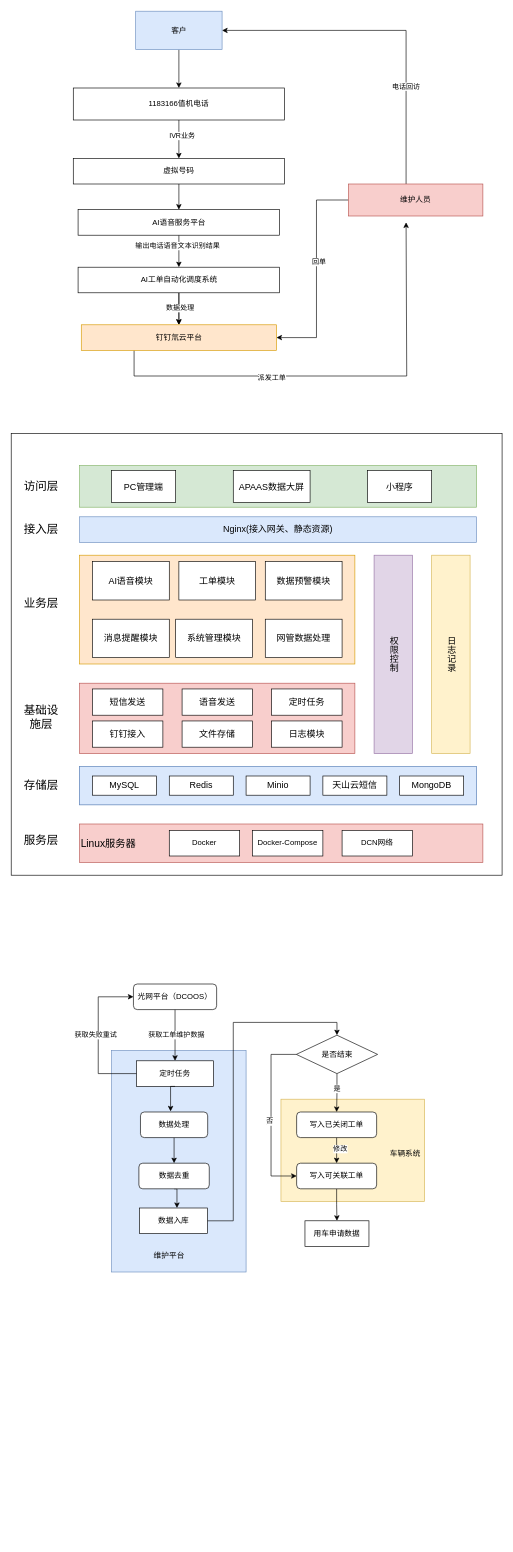
The draw.io diagram AI工单自动化调度系统.drawio in lvpv/atlas, before the edit. Source tidied: cells renumbered, new cells numbered last; positions are measured from the earlier drawing's top-left corner, leaving out a move shared by most shapes. Both pictures are drawn from the tidied source at 64%, with x=0, y=0 at pixel (11, 11).
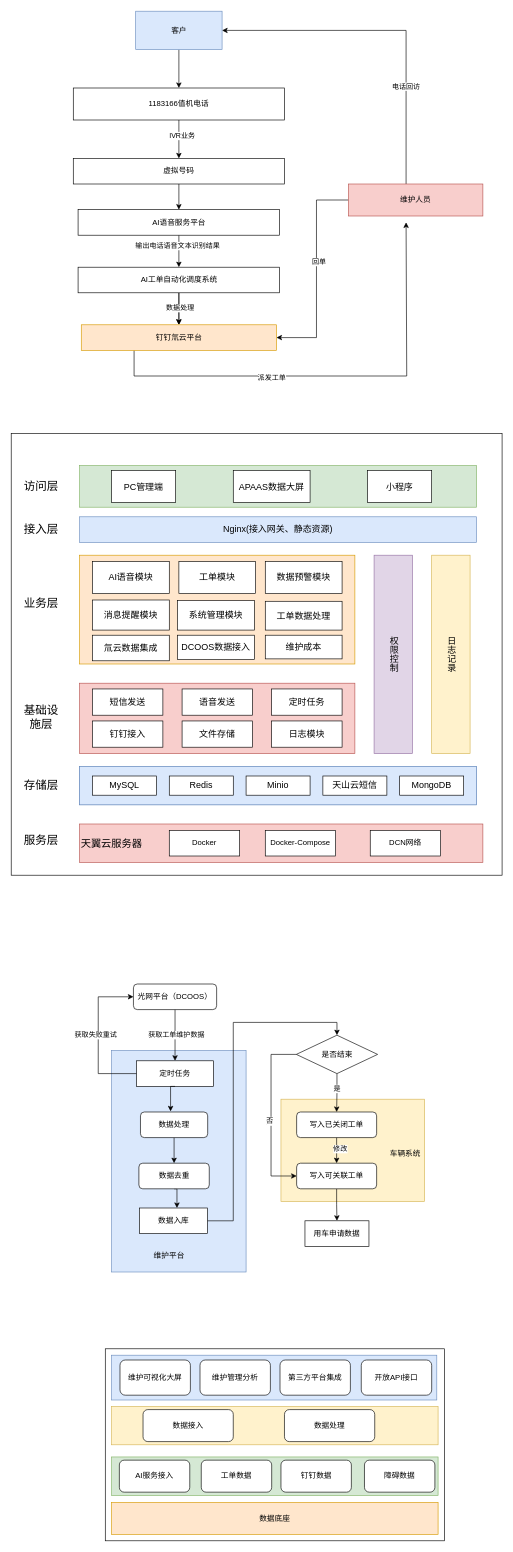
After the change.

Commit message:
更新AI工单自动化调度系统.drawio

The edit, as a diff of the source:
```diff
@@
+    <mxCell id="92" style="rounded=0;whiteSpace=wrap;html=1;" parent="1" vertex="1">
+      <mxGeometry x="147" y="2090" width="530" height="300" as="geometry" />
+    </mxCell>
@@
     <mxCell id="33" value="AI语音模块" style="rounded=0;whiteSpace=wrap;html=1;fontSize=14;" parent="1" vertex="1">
-      <mxGeometry x="127" y="860" width="120" height="60" as="geometry" />
+      <mxGeometry x="127" y="860" width="120" height="50" as="geometry" />
     </mxCell>
     <mxCell id="34" value="工单模块" style="rounded=0;whiteSpace=wrap;html=1;fontSize=14;" parent="1" vertex="1">
-      <mxGeometry x="262" y="860" width="120" height="60" as="geometry" />
+      <mxGeometry x="262" y="860" width="120" height="50" as="geometry" />
     </mxCell>
     <mxCell id="35" value="系统管理模块" style="rounded=0;whiteSpace=wrap;html=1;fontSize=14;" parent="1" vertex="1">
-      <mxGeometry x="257" y="950" width="120" height="60" as="geometry" />
+      <mxGeometry x="260" y="921" width="120" height="46" as="geometry" />
     </mxCell>
     <mxCell id="36" value="消息提醒模块" style="rounded=0;whiteSpace=wrap;html=1;fontSize=14;" parent="1" vertex="1">
-      <mxGeometry x="127" y="950" width="120" height="60" as="geometry" />
+      <mxGeometry x="127" y="920" width="120" height="47" as="geometry" />
     </mxCell>
@@
-    <mxCell id="58" value="Linux服务器" style="rounded=0;whiteSpace=wrap;html=1;fillColor=#f8cecc;strokeColor=#b85450;align=left;fontSize=16;" parent="1" vertex="1">
+    <mxCell id="58" value="天翼云服务器" style="rounded=0;whiteSpace=wrap;html=1;fillColor=#f8cecc;strokeColor=#b85450;align=left;fontSize=16;" parent="1" vertex="1">
       <mxGeometry x="107" y="1270" width="630" height="60" as="geometry" />
     </mxCell>
@@
     <mxCell id="61" value="Docker-Compose" style="rounded=0;whiteSpace=wrap;html=1;" parent="1" vertex="1">
-      <mxGeometry x="377" y="1280" width="110" height="40" as="geometry" />
+      <mxGeometry x="397" y="1280" width="110" height="40" as="geometry" />
     </mxCell>
     <mxCell id="62" value="DCN网络" style="rounded=0;whiteSpace=wrap;html=1;" parent="1" vertex="1">
-      <mxGeometry x="517" y="1280" width="110" height="40" as="geometry" />
+      <mxGeometry x="561" y="1280" width="110" height="40" as="geometry" />
     </mxCell>
     <mxCell id="63" value="数据预警模块" style="rounded=0;whiteSpace=wrap;html=1;fontSize=14;" parent="1" vertex="1">
-      <mxGeometry x="397" y="860" width="120" height="60" as="geometry" />
+      <mxGeometry x="397" y="860" width="120" height="50" as="geometry" />
     </mxCell>
-    <mxCell id="64" value="网管数据处理" style="rounded=0;whiteSpace=wrap;html=1;fontSize=14;" parent="1" vertex="1">
-      <mxGeometry x="397" y="950" width="120" height="60" as="geometry" />
+    <mxCell id="64" value="工单数据处理" style="rounded=0;whiteSpace=wrap;html=1;fontSize=14;" parent="1" vertex="1">
+      <mxGeometry x="397" y="922" width="120" height="45" as="geometry" />
     </mxCell>
@@
+    <mxCell id="93" style="rounded=0;whiteSpace=wrap;html=1;fillColor=#dae8fc;strokeColor=#6c8ebf;" parent="1" vertex="1">
+      <mxGeometry x="157" y="2100" width="508" height="70" as="geometry" />
+    </mxCell>
+    <mxCell id="94" style="rounded=0;whiteSpace=wrap;html=1;fillColor=#d5e8d4;strokeColor=#82b366;" parent="1" vertex="1">
+      <mxGeometry x="157" y="2259" width="510" height="60" as="geometry" />
+    </mxCell>
+    <mxCell id="95" style="rounded=0;whiteSpace=wrap;html=1;fillColor=#fff2cc;strokeColor=#d6b656;" parent="1" vertex="1">
+      <mxGeometry x="157" y="2180" width="510" height="60" as="geometry" />
+    </mxCell>
+    <mxCell id="96" value="维护可视化大屏" style="rounded=1;whiteSpace=wrap;html=1;" parent="1" vertex="1">
+      <mxGeometry x="170" y="2107.5" width="110" height="55" as="geometry" />
+    </mxCell>
+    <mxCell id="97" value="维护管理分析" style="rounded=1;whiteSpace=wrap;html=1;" parent="1" vertex="1">
+      <mxGeometry x="295" y="2107.5" width="110" height="55" as="geometry" />
+    </mxCell>
+    <mxCell id="98" value="第三方平台集成" style="rounded=1;whiteSpace=wrap;html=1;" parent="1" vertex="1">
+      <mxGeometry x="420" y="2107.5" width="110" height="55" as="geometry" />
+    </mxCell>
+    <mxCell id="99" value="开放API接口" style="rounded=1;whiteSpace=wrap;html=1;" parent="1" vertex="1">
+      <mxGeometry x="547" y="2107.5" width="110" height="55" as="geometry" />
+    </mxCell>
+    <mxCell id="100" value="氚云数据集成" style="rounded=0;whiteSpace=wrap;html=1;fontSize=14;" parent="1" vertex="1">
+      <mxGeometry x="127" y="975" width="120" height="40" as="geometry" />
+    </mxCell>
+    <mxCell id="101" value="DCOOS数据接入" style="rounded=0;whiteSpace=wrap;html=1;fontSize=14;" parent="1" vertex="1">
+      <mxGeometry x="260" y="975" width="120" height="38" as="geometry" />
+    </mxCell>
+    <mxCell id="102" value="维护成本" style="rounded=0;whiteSpace=wrap;html=1;fontSize=14;" parent="1" vertex="1">
+      <mxGeometry x="397" y="975" width="120" height="37" as="geometry" />
+    </mxCell>
+    <mxCell id="103" value="AI服务接入" style="rounded=1;whiteSpace=wrap;html=1;" parent="1" vertex="1">
+      <mxGeometry x="169" y="2264" width="110" height="50" as="geometry" />
+    </mxCell>
+    <mxCell id="104" value="工单数据" style="rounded=1;whiteSpace=wrap;html=1;" parent="1" vertex="1">
+      <mxGeometry x="297" y="2264" width="110" height="50" as="geometry" />
+    </mxCell>
+    <mxCell id="105" value="钉钉数据" style="rounded=1;whiteSpace=wrap;html=1;" parent="1" vertex="1">
+      <mxGeometry x="421.5" y="2264" width="110" height="50" as="geometry" />
+    </mxCell>
+    <mxCell id="106" value="障碍数据" style="rounded=1;whiteSpace=wrap;html=1;" parent="1" vertex="1">
+      <mxGeometry x="552" y="2264" width="110" height="50" as="geometry" />
+    </mxCell>
+    <mxCell id="107" value="数据接入" style="rounded=1;whiteSpace=wrap;html=1;" parent="1" vertex="1">
+      <mxGeometry x="206" y="2185" width="141" height="50" as="geometry" />
+    </mxCell>
+    <mxCell id="108" value="数据处理" style="rounded=1;whiteSpace=wrap;html=1;" parent="1" vertex="1">
+      <mxGeometry x="427" y="2185" width="141" height="50" as="geometry" />
+    </mxCell>
+    <mxCell id="109" value="数据底座" style="rounded=0;whiteSpace=wrap;html=1;fillColor=#ffe6cc;strokeColor=#d79b00;" parent="1" vertex="1">
+      <mxGeometry x="157" y="2330" width="510" height="50" as="geometry" />
+    </mxCell>
```
